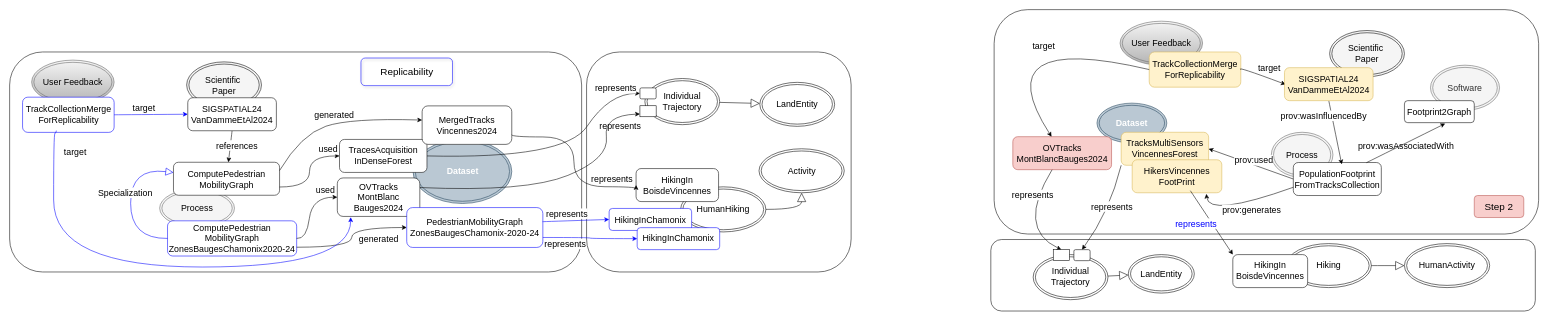
IntForOut/outdoorPressure keeps this draw.io diagram as page "Fig4-UserFeedback" (9 of 10) of docs/diagrams/model_KG_article_agile.drawio. Above is the earlier version. Source tidied: cells renumbered, new cells numbered last; positions are measured from the earlier drawing's top-left corner, leaving out a move shared by most shapes. Both pictures are drawn from the tidied source at 55%, with x=0, y=0 at pixel (9, 9).
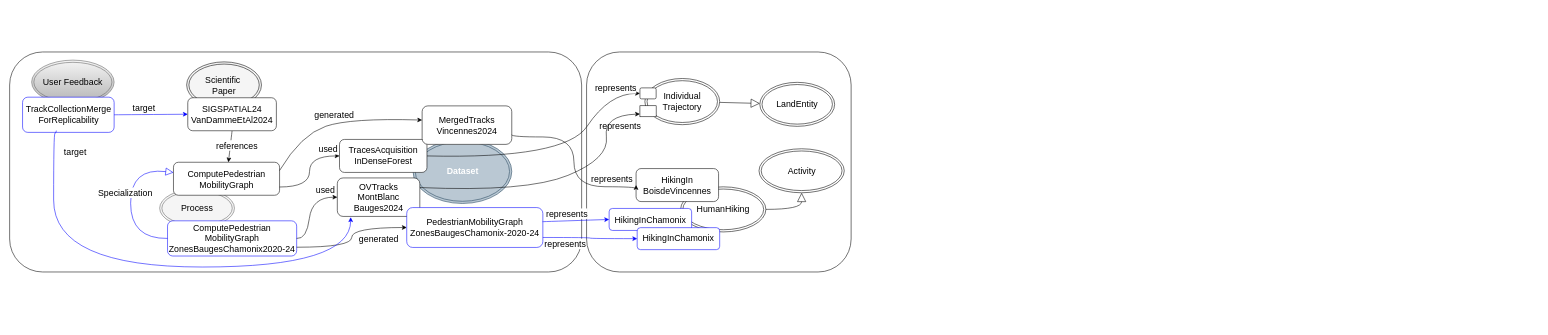
The same diagram, later.

Commit message (it also covers changes not shown here):
Mettre à jour model_KG_article_agile.drawio

Change to the diagram source:
```diff
@@
-    <mxCell id="37" style="rounded=1;whiteSpace=wrap;html=1;fillColor=none;" parent="1" vertex="1">
-      <mxGeometry x="1784" y="418" width="990" height="130" as="geometry" />
-    </mxCell>
-    <mxCell id="38" style="rounded=1;whiteSpace=wrap;html=1;fillColor=none;strokeColor=#000000;" parent="1" vertex="1">
-      <mxGeometry x="1790" width="990" height="408" as="geometry" />
-    </mxCell>
-    <mxCell id="39" value="Software" style="ellipse;shape=doubleEllipse;whiteSpace=wrap;html=1;fontSize=16;fillColor=#f5f5f5;fontColor=#333333;strokeColor=#666666;" parent="1" vertex="1">
-      <mxGeometry x="2583.4" y="101" width="125.5" height="82" as="geometry" />
-    </mxCell>
-    <mxCell id="40" value="&lt;font&gt;User Feedback&lt;/font&gt;" style="ellipse;shape=doubleEllipse;whiteSpace=wrap;html=1;fontSize=16;fillColor=#f5f5f5;strokeColor=#666666;gradientColor=#b3b3b3;" parent="1" vertex="1">
-      <mxGeometry x="2019" y="21" width="150" height="80" as="geometry" />
-    </mxCell>
-    <mxCell id="41" value="&lt;font style=&quot;color: rgb(255, 255, 255);&quot;&gt;&lt;b&gt;Dataset&lt;/b&gt;&lt;/font&gt;" style="ellipse;shape=doubleEllipse;whiteSpace=wrap;html=1;fontSize=16;fillColor=#bac8d3;strokeColor=#23445d;" parent="1" vertex="1">
-      <mxGeometry x="1977" y="170" width="127" height="72.5" as="geometry" />
-    </mxCell>
-    <mxCell id="42" value="&lt;span style=&quot;color: rgb(0, 0, 0);&quot;&gt;Process&lt;/span&gt;" style="ellipse;shape=doubleEllipse;whiteSpace=wrap;html=1;fontSize=16;fillColor=#f5f5f5;fontColor=#333333;strokeColor=#666666;" parent="1" vertex="1">
-      <mxGeometry x="2294" y="223" width="112" height="82" as="geometry" />
-    </mxCell>
-    <mxCell id="43" value="&lt;div&gt;&lt;font style=&quot;color: rgb(0, 0, 0);&quot;&gt;Scientific&amp;nbsp;&lt;/font&gt;&lt;/div&gt;&lt;div&gt;&lt;font style=&quot;color: rgb(0, 0, 0);&quot;&gt;Paper&lt;/font&gt;&lt;/div&gt;" style="ellipse;shape=doubleEllipse;whiteSpace=wrap;html=1;fontSize=16;fillColor=#f5f5f5;fontColor=#333333;strokeColor=#000000;" parent="1" vertex="1">
-      <mxGeometry x="2400" y="38" width="136" height="84" as="geometry" />
-    </mxCell>
-    <mxCell id="44" value="&lt;div&gt;PopulationFootprint&lt;/div&gt;&lt;div&gt;FromTracksCollection&lt;/div&gt;" style="rounded=1;whiteSpace=wrap;html=1;strokeColor=#000000;strokeWidth=1;fontSize=16;" parent="1" vertex="1">
-      <mxGeometry x="2334" y="278" width="160" height="60" as="geometry" />
-    </mxCell>
-    <mxCell id="45" value="Footprint2Graph" style="rounded=1;whiteSpace=wrap;html=1;strokeColor=#000000;strokeWidth=1;fontSize=16;" parent="1" vertex="1">
-      <mxGeometry x="2536" y="165.5" width="127" height="40" as="geometry" />
-    </mxCell>
-    <mxCell id="46" value="&lt;div&gt;&lt;font style=&quot;color: rgb(0, 0, 0);&quot;&gt;Hiking&lt;/font&gt;&lt;/div&gt;" style="ellipse;shape=doubleEllipse;whiteSpace=wrap;html=1;fontSize=16;" parent="1" vertex="1">
-      <mxGeometry x="2320.9" y="425.4" width="155" height="80" as="geometry" />
-    </mxCell>
-    <mxCell id="47" value="LandEntity" style="ellipse;shape=doubleEllipse;whiteSpace=wrap;html=1;fontSize=16;" parent="1" vertex="1">
-      <mxGeometry x="2034" y="445.4" width="120" height="70" as="geometry" />
-    </mxCell>
-    <mxCell id="48" value="&lt;div&gt;TrackCollectionMerge&lt;/div&gt;&lt;div&gt;ForReplicability&lt;/div&gt;" style="rounded=1;whiteSpace=wrap;html=1;fontSize=16;fillColor=#fff2cc;strokeColor=#d6b656;" parent="1" vertex="1">
-      <mxGeometry x="2072" y="77" width="166.5" height="64" as="geometry" />
-    </mxCell>
-    <mxCell id="49" style="edgeStyle=orthogonalEdgeStyle;rounded=0;orthogonalLoop=1;jettySize=auto;html=1;exitX=0.5;exitY=1;exitDx=0;exitDy=0;fontSize=16;" parent="1" edge="1">
-      <mxGeometry relative="1" as="geometry">
-        <mxPoint x="2004.5" y="245.5" as="sourcePoint" />
-        <mxPoint x="2004.5" y="245.5" as="targetPoint" />
-      </mxGeometry>
-    </mxCell>
-    <mxCell id="50" style="endArrow=classic;html=1;rounded=0;exitX=0.5;exitY=1;exitDx=0;exitDy=0;entryX=0.55;entryY=0.054;entryDx=0;entryDy=0;curved=1;fontSize=16;entryPerimeter=0;" parent="1" edge="1" source="58" target="44">
-      <mxGeometry relative="1" as="geometry" />
-    </mxCell>
-    <mxCell id="51" value="&lt;font&gt;prov:wasInfluencedBy&lt;/font&gt;" style="edgeLabel;html=1;align=center;verticalAlign=middle;fontSize=16;" parent="50" vertex="1">
-      <mxGeometry x="-0.18" y="-1" relative="1" as="geometry">
-        <mxPoint x="-19" y="-20" as="offset" />
-      </mxGeometry>
-    </mxCell>
-    <mxCell id="52" style="endArrow=classic;html=1;rounded=0;exitX=1;exitY=0.5;exitDx=0;exitDy=0;fontSize=16;curved=1;" parent="1" edge="1" source="48">
-      <mxGeometry relative="1" as="geometry">
-        <mxPoint x="2320" y="136" as="targetPoint" />
-        <Array as="points">
-          <mxPoint x="2229" y="102" />
-        </Array>
-      </mxGeometry>
-    </mxCell>
-    <mxCell id="53" value="&lt;font&gt;target&lt;/font&gt;" style="edgeLabel;html=1;align=center;verticalAlign=middle;fontSize=16;" parent="52" vertex="1">
-      <mxGeometry x="-0.26" y="1" relative="1" as="geometry">
-        <mxPoint x="34" y="-5" as="offset" />
-      </mxGeometry>
-    </mxCell>
-    <mxCell id="54" value="prov:wasAssociatedWith" style="text;whiteSpace=wrap;fontSize=16;" parent="1" vertex="1">
-      <mxGeometry x="2450" y="231" width="150" height="30" as="geometry" />
-    </mxCell>
-    <mxCell id="55" style="endArrow=classic;html=1;rounded=0;exitX=0.831;exitY=0.004;exitDx=0;exitDy=0;entryX=0.583;entryY=1.043;entryDx=0;entryDy=0;curved=1;fontSize=16;entryPerimeter=0;exitPerimeter=0;" parent="1" edge="1" source="44" target="45">
-      <mxGeometry relative="1" as="geometry" />
-    </mxCell>
-    <mxCell id="56" style="endArrow=classic;html=1;rounded=0;curved=1;exitX=0;exitY=0.75;exitDx=0;exitDy=0;fontSize=16;entryX=0.828;entryY=1.033;entryDx=0;entryDy=0;entryPerimeter=0;" parent="1" edge="1" source="44" target="66">
-      <mxGeometry relative="1" as="geometry">
-        <Array as="points">
-          <mxPoint x="2180" y="378" />
-        </Array>
-      </mxGeometry>
-    </mxCell>
-    <mxCell id="57" value="&lt;font&gt;prov:generates&lt;/font&gt;" style="edgeLabel;html=1;align=center;verticalAlign=middle;fontSize=16;" parent="56" vertex="1">
-      <mxGeometry x="-0.09" relative="1" as="geometry">
-        <mxPoint x="12" y="9" as="offset" />
-      </mxGeometry>
-    </mxCell>
-    <mxCell id="58" value="&lt;div&gt;SIGSPATIAL24&lt;/div&gt;&lt;div&gt;VanDammeEtAl2024&lt;/div&gt;" style="rounded=1;whiteSpace=wrap;html=1;strokeColor=#d6b656;strokeWidth=1;fontSize=16;fillColor=#fff2cc;" parent="1" vertex="1">
-      <mxGeometry x="2317.9" y="105.5" width="161.1" height="60" as="geometry" />
-    </mxCell>
-    <mxCell id="59" style="endArrow=classic;html=1;rounded=0;exitX=0;exitY=0.5;exitDx=0;exitDy=0;entryX=1;entryY=0.5;entryDx=0;entryDy=0;fontSize=16;" parent="1" edge="1" source="44" target="65">
-      <mxGeometry relative="1" as="geometry" />
-    </mxCell>
-    <mxCell id="60" value="&lt;font&gt;prov:used&lt;/font&gt;" style="edgeLabel;html=1;align=center;verticalAlign=middle;fontSize=16;" parent="59" vertex="1">
-      <mxGeometry x="0.3" relative="1" as="geometry">
-        <mxPoint x="27" y="1" as="offset" />
-      </mxGeometry>
-    </mxCell>
-    <mxCell id="61" value="&lt;div&gt;HikingIn&lt;/div&gt;&lt;div&gt;BoisdeVincennes&lt;/div&gt;" style="rounded=1;whiteSpace=wrap;html=1;fontSize=16;" parent="1" vertex="1">
-      <mxGeometry x="2224" y="445.4" width="136" height="60" as="geometry" />
-    </mxCell>
-    <mxCell id="62" style="endArrow=block;html=1;rounded=0;endFill=0;fontSize=16;endSize=14;" parent="1" edge="1" source="67" target="47">
-      <mxGeometry relative="1" as="geometry" />
-    </mxCell>
-    <mxCell id="63" style="endArrow=classic;html=1;rounded=0;exitX=0;exitY=1;exitDx=0;exitDy=0;fontSize=16;curved=1;entryX=0.5;entryY=0;entryDx=0;entryDy=0;" parent="1" edge="1" source="65" target="75">
-      <mxGeometry relative="1" as="geometry">
-        <Array as="points">
-          <mxPoint x="2000" y="368" />
-        </Array>
-      </mxGeometry>
-    </mxCell>
-    <mxCell id="64" value="&lt;font style=&quot;color: rgb(0, 0, 0);&quot;&gt;represents&lt;/font&gt;" style="edgeLabel;html=1;align=center;verticalAlign=middle;fontSize=16;" parent="63" vertex="1">
-      <mxGeometry x="0.16" y="1" relative="1" as="geometry">
-        <mxPoint x="10" y="-21" as="offset" />
-      </mxGeometry>
-    </mxCell>
-    <mxCell id="65" value="&lt;div&gt;&lt;font&gt;TracksMultiSensors&lt;/font&gt;&lt;/div&gt;&lt;div&gt;&lt;font&gt;VincennesForest&lt;/font&gt;&lt;/div&gt;" style="rounded=1;whiteSpace=wrap;html=1;strokeColor=#d6b656;strokeWidth=1;fontSize=16;fillColor=#fff2cc;" parent="1" vertex="1">
-      <mxGeometry x="2021" y="223" width="159" height="60" as="geometry" />
-    </mxCell>
-    <mxCell id="66" value="&lt;div&gt;&lt;font&gt;HikersVincennes&lt;/font&gt;&lt;/div&gt;&lt;div&gt;&lt;font&gt;FootPrint&lt;/font&gt;&lt;/div&gt;" style="rounded=1;whiteSpace=wrap;html=1;strokeColor=#d6b656;strokeWidth=1;fontSize=16;fillColor=#fff2cc;" parent="1" vertex="1">
-      <mxGeometry x="2041" y="273" width="163" height="60" as="geometry" />
-    </mxCell>
-    <mxCell id="67" value="&lt;div&gt;Individual&lt;/div&gt;&lt;div&gt;Trajectory&lt;/div&gt;" style="ellipse;shape=doubleEllipse;whiteSpace=wrap;html=1;fontSize=16;" parent="1" vertex="1">
-      <mxGeometry x="1861" y="445.4" width="136" height="82" as="geometry" />
-    </mxCell>
-    <mxCell id="68" value="&lt;div&gt;OVTracks&lt;/div&gt;&lt;div&gt;MontBlancBauges2024&lt;/div&gt;" style="rounded=1;whiteSpace=wrap;html=1;strokeColor=#b85450;strokeWidth=1;fontSize=16;fillColor=#f8cecc;" parent="1" vertex="1">
-      <mxGeometry x="1824" y="231" width="179.5" height="60" as="geometry" />
-    </mxCell>
-    <mxCell id="69" style="endArrow=classic;html=1;rounded=0;fontSize=16;curved=1;entryX=0.5;entryY=0;entryDx=0;entryDy=0;" parent="1" edge="1" source="68" target="76">
-      <mxGeometry relative="1" as="geometry">
-        <Array as="points">
-          <mxPoint x="1830" y="398" />
-        </Array>
-      </mxGeometry>
-    </mxCell>
-    <mxCell id="70" value="&lt;font style=&quot;color: rgb(0, 0, 0);&quot;&gt;represents&lt;/font&gt;" style="edgeLabel;html=1;align=center;verticalAlign=middle;fontSize=16;" parent="69" vertex="1">
-      <mxGeometry x="0.16" y="1" relative="1" as="geometry">
-        <mxPoint x="29" y="-60" as="offset" />
-      </mxGeometry>
-    </mxCell>
-    <mxCell id="71" value="&lt;div&gt;HumanActivity&lt;/div&gt;" style="ellipse;shape=doubleEllipse;whiteSpace=wrap;html=1;fontSize=16;" parent="1" vertex="1">
-      <mxGeometry x="2536" y="425.4" width="155" height="80" as="geometry" />
-    </mxCell>
-    <mxCell id="72" style="endArrow=block;html=1;rounded=0;endFill=0;curved=1;endSize=14;" parent="1" edge="1" source="46" target="71">
-      <mxGeometry relative="1" as="geometry" />
-    </mxCell>
-    <mxCell id="73" style="endArrow=classic;html=1;rounded=0;exitX=0;exitY=0.5;exitDx=0;exitDy=0;curved=1;" parent="1" edge="1" source="48" target="68">
-      <mxGeometry relative="1" as="geometry">
-        <Array as="points">
-          <mxPoint x="1770" y="38" />
-        </Array>
-      </mxGeometry>
-    </mxCell>
-    <mxCell id="74" value="&lt;font style=&quot;font-size: 16px;&quot;&gt;target&lt;/font&gt;" style="edgeLabel;html=1;align=center;verticalAlign=middle;" parent="73" vertex="1">
-      <mxGeometry x="-0.7" y="-8" relative="1" as="geometry">
-        <mxPoint x="-115" y="-17" as="offset" />
-      </mxGeometry>
-    </mxCell>
-    <mxCell id="75" style="rounded=1;whiteSpace=wrap;html=1;fontSize=16;" parent="1" vertex="1">
-      <mxGeometry x="1935" y="436.4" width="29.5" height="20" as="geometry" />
-    </mxCell>
-    <mxCell id="76" style="rounded=1;whiteSpace=wrap;html=1;fontSize=16;arcSize=0;" parent="1" vertex="1">
-      <mxGeometry x="1897.5" y="436.4" width="29.5" height="20" as="geometry" />
-    </mxCell>
-    <mxCell id="77" style="endArrow=classic;html=1;rounded=0;fontSize=16;curved=1;exitX=0.649;exitY=0.937;exitDx=0;exitDy=0;exitPerimeter=0;entryX=0;entryY=0;entryDx=0;entryDy=0;" parent="1" edge="1" source="66" target="61">
-      <mxGeometry relative="1" as="geometry" />
-    </mxCell>
-    <mxCell id="78" value="&lt;font style=&quot;color: rgb(0, 0, 255);&quot;&gt;represents&lt;/font&gt;" style="edgeLabel;html=1;align=center;verticalAlign=middle;fontSize=16;" parent="77" vertex="1">
-      <mxGeometry x="-0.33" y="-2" relative="1" as="geometry">
-        <mxPoint x="-15" y="19" as="offset" />
-      </mxGeometry>
-    </mxCell>
-    <mxCell id="79" value="&lt;font style=&quot;font-size: 18px;&quot;&gt;Step 2&lt;/font&gt;" style="rounded=1;whiteSpace=wrap;html=1;fillColor=#f8cecc;strokeColor=#b85450;" parent="1" vertex="1">
-      <mxGeometry x="2663" y="338" width="90" height="40" as="geometry" />
-    </mxCell>
@@
-    <mxCell id="81" value="&lt;font style=&quot;font-size: 18px;&quot;&gt;Replicability&lt;/font&gt;" style="text;html=1;whiteSpace=wrap;strokeColor=#0000FF;fillColor=none;align=center;verticalAlign=middle;rounded=1;shadow=1;" parent="1" vertex="1">
-      <mxGeometry x="638.8" y="88" width="166.5" height="50.2" as="geometry" />
-    </mxCell>
```
